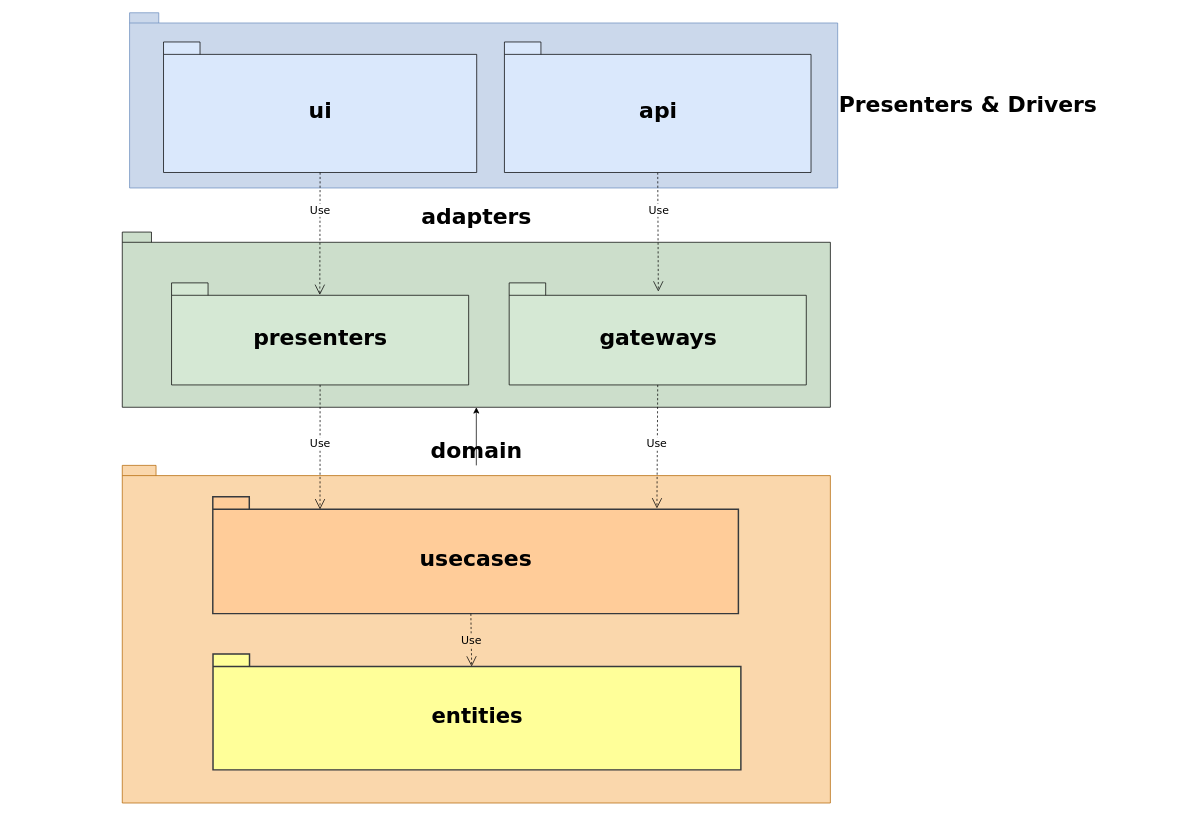
Earlier version of the draw.io diagram deck/ru/diagrams/caLayers.drawio (AlexanderLapygin/ca-react-rest-api-starter). Source tidied: cells renumbered, new cells numbered last; positions are measured from the earlier drawing's top-left corner, leaving out a move shared by most shapes. Both pictures are drawn from the tidied source at 73%, with x=0, y=0 at pixel (122, 12).
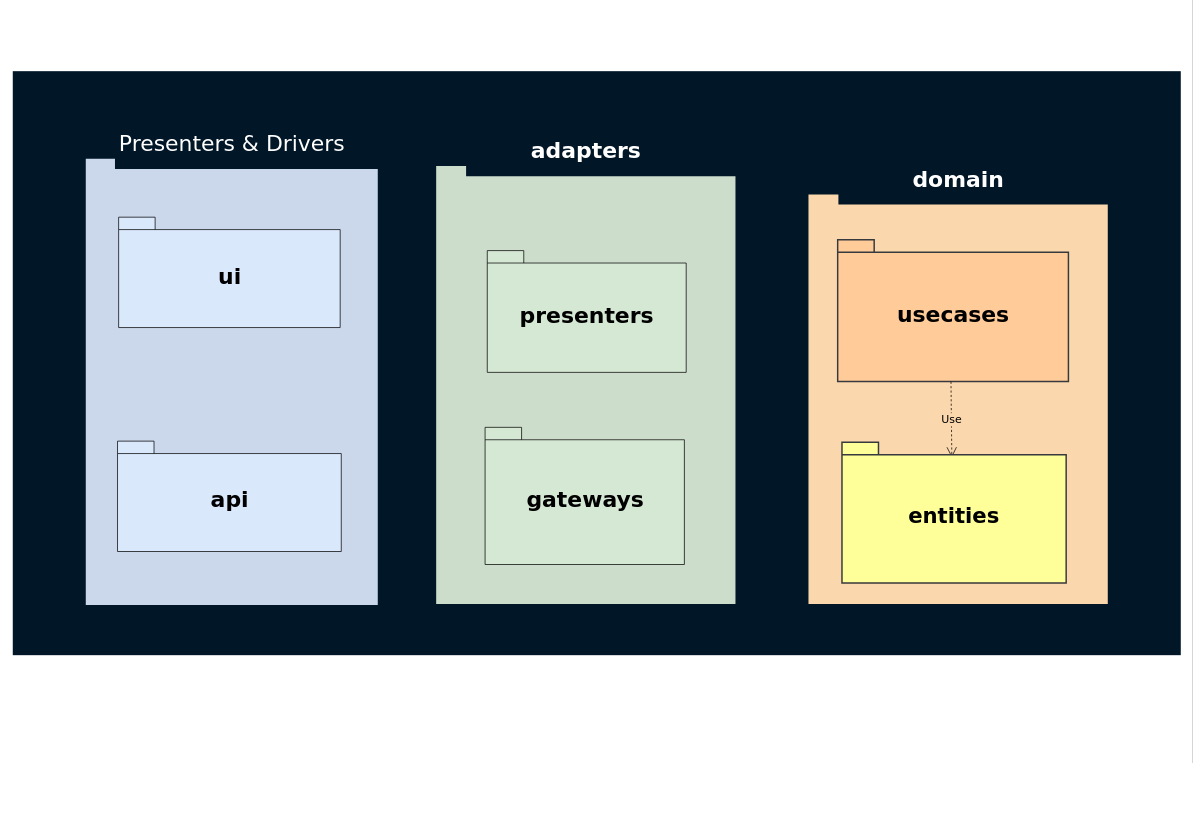
The same diagram, later.

The edit, as a diff of the source:
```diff
@@
 <mxGraphModel background="#ffffff">
   <root>
     <mxCell id="0" />
     <mxCell id="1" parent="0" />
-    <mxCell id="2" value="&lt;font style=&quot;font-size: 30px&quot;&gt;Presenters &amp;amp; Drivers&lt;/font&gt;" style="shape=folder;fontStyle=1;spacingTop=10;tabWidth=40;tabHeight=14;tabPosition=left;html=1;fontSize=15;labelPosition=right;verticalLabelPosition=middle;align=left;verticalAlign=middle;fontFamily=Verdana;fillColor=#CBD8EB;strokeColor=#6c8ebf;" parent="1" vertex="1">
-      <mxGeometry x="10" width="970" height="240" as="geometry" />
-    </mxCell>
-    <mxCell id="3" style="group;strokeColor=none;fillColor=#ffffff;labelPosition=center;verticalLabelPosition=top;align=center;verticalAlign=bottom;" parent="1" vertex="1">
-      <mxGeometry y="620" width="970" height="462.5" as="geometry" />
-    </mxCell>
+    <mxCell id="20" style="rounded=0;whiteSpace=wrap;html=1;fillColor=#011627;fontSize=30;fontColor=#FFFFFF;strokeColor=none;" parent="1" vertex="1">
+      <mxGeometry x="-150" y="80" width="1600" height="800" as="geometry" />
+    </mxCell>
+    <mxCell id="21" style="group;strokeColor=none;fillColor=none;labelPosition=center;verticalLabelPosition=top;align=center;verticalAlign=bottom;fontColor=#FFFFFF;" parent="1" vertex="1">
+      <mxGeometry x="850" y="248.8" width="500" height="561.2" as="geometry" />
+    </mxCell>
-    <mxCell id="4" value="&lt;font style=&quot;font-size: 30px&quot;&gt;domain&lt;br&gt;&lt;/font&gt;" style="shape=folder;fontStyle=1;spacingTop=10;tabWidth=40;tabHeight=14;tabPosition=left;html=1;fontSize=15;labelPosition=center;verticalLabelPosition=top;align=center;verticalAlign=bottom;fontFamily=Verdana;fillColor=#fad7ac;strokeColor=#b46504;" parent="3" vertex="1">
-      <mxGeometry width="970" height="462.5" as="geometry" />
+    <mxCell id="4" value="&lt;font style=&quot;font-size: 30px&quot;&gt;domain&lt;br&gt;&lt;/font&gt;" style="shape=folder;fontStyle=1;spacingTop=10;tabWidth=40;tabHeight=14;tabPosition=left;html=1;fontSize=15;labelPosition=center;verticalLabelPosition=top;align=center;verticalAlign=bottom;fontFamily=Verdana;fillColor=#fad7ac;strokeColor=none;fontColor=#FFFFFF;" parent="21" vertex="1">
+      <mxGeometry x="90" width="410" height="561.2" as="geometry" />
     </mxCell>
-    <mxCell id="5" value="&lt;font style=&quot;font-size: 30px&quot;&gt;usecases&lt;/font&gt;" style="shape=folder;fontStyle=1;spacingTop=10;tabWidth=50;tabHeight=17;tabPosition=left;html=1;rounded=0;shadow=0;comic=0;labelBackgroundColor=none;strokeWidth=2;fontFamily=Verdana;fontSize=12;align=center;labelPosition=center;verticalLabelPosition=middle;verticalAlign=middle;fillColor=#ffcc99;strokeColor=#36393d;" parent="3" vertex="1">
-      <mxGeometry x="124" y="43.1" width="720" height="160" as="geometry" />
+    <mxCell id="5" value="&lt;font style=&quot;font-size: 30px&quot;&gt;usecases&lt;/font&gt;" style="shape=folder;fontStyle=1;spacingTop=10;tabWidth=50;tabHeight=17;tabPosition=left;html=1;rounded=0;shadow=0;comic=0;labelBackgroundColor=none;strokeWidth=2;fontFamily=Verdana;fontSize=12;align=center;labelPosition=center;verticalLabelPosition=middle;verticalAlign=middle;fillColor=#ffcc99;strokeColor=#36393d;" parent="21" vertex="1">
+      <mxGeometry x="130" y="62.2" width="316.1" height="194.2" as="geometry" />
     </mxCell>
-    <mxCell id="6" value="Use" style="endArrow=open;endSize=12;dashed=1;html=1;fontFamily=Verdana;fontSize=15;entryX=0.49;entryY=0.108;entryDx=0;entryDy=0;entryPerimeter=0;exitX=0.491;exitY=1.001;exitDx=0;exitDy=0;exitPerimeter=0;labelBackgroundColor=#FAD7AC;" parent="3" edge="1" source="5" target="8">
+    <mxCell id="6" value="Use" style="endArrow=open;endSize=12;dashed=1;html=1;fontFamily=Verdana;fontSize=15;entryX=0.49;entryY=0.108;entryDx=0;entryDy=0;entryPerimeter=0;exitX=0.491;exitY=1.001;exitDx=0;exitDy=0;exitPerimeter=0;labelBackgroundColor=#FAD7AC;" parent="21" edge="1" source="5" target="8">
       <mxGeometry relative="1" as="geometry" />
     </mxCell>
-    <mxCell id="7" style="group;fontSize=13;labelPosition=center;verticalLabelPosition=middle;align=center;verticalAlign=middle;fillColor=none;strokeColor=none;strokeWidth=2;" parent="3" vertex="1">
-      <mxGeometry x="228.4" y="246.7" width="706.4" height="182.1" as="geometry" />
-    </mxCell>
+    <mxCell id="22" style="group;fontSize=13;labelPosition=center;verticalLabelPosition=middle;align=center;verticalAlign=middle;fillColor=none;strokeColor=none;strokeWidth=2;" parent="21" vertex="1">
+      <mxGeometry x="180.1" y="325.4" width="300" height="220.9" as="geometry" />
+    </mxCell>
-    <mxCell id="8" value="&lt;font style=&quot;font-size: 29px&quot;&gt;entities&lt;/font&gt;" style="shape=folder;fontStyle=1;spacingTop=10;tabWidth=50;tabHeight=17;tabPosition=left;html=1;rounded=0;shadow=0;comic=0;labelBackgroundColor=none;strokeWidth=2;fontFamily=Verdana;fontSize=10;align=center;labelPosition=center;verticalLabelPosition=middle;verticalAlign=middle;fillColor=#FFFF99;strokeColor=#36393d;" parent="7" vertex="1">
-      <mxGeometry x="-104.1" y="11.7" width="723.1" height="158.7" as="geometry" />
+    <mxCell id="8" value="&lt;font style=&quot;font-size: 29px&quot;&gt;entities&lt;/font&gt;" style="shape=folder;fontStyle=1;spacingTop=10;tabWidth=50;tabHeight=17;tabPosition=left;html=1;rounded=0;shadow=0;comic=0;labelBackgroundColor=none;strokeWidth=2;fontFamily=Verdana;fontSize=10;align=center;labelPosition=center;verticalLabelPosition=middle;verticalAlign=middle;fillColor=#FFFF99;strokeColor=#36393d;" parent="22" vertex="1">
+      <mxGeometry x="-44.2" y="14.2" width="307.1" height="192.6" as="geometry" />
     </mxCell>
+    <mxCell id="23" style="group;" parent="1" vertex="1">
+      <mxGeometry x="430" y="210" width="780" height="600" as="geometry" />
+    </mxCell>
-    <mxCell id="9" value="&lt;font style=&quot;font-size: 30px&quot;&gt;adapters&lt;/font&gt;" style="shape=folder;fontStyle=1;spacingTop=10;tabWidth=40;tabHeight=14;tabPosition=left;html=1;fontSize=15;labelPosition=center;verticalLabelPosition=top;align=center;verticalAlign=bottom;fontFamily=Verdana;fillColor=#CCDECB;strokeColor=#000000;" parent="1" vertex="1">
-      <mxGeometry y="300.4" width="970" height="240" as="geometry" />
+    <mxCell id="9" value="&lt;font style=&quot;font-size: 30px&quot;&gt;adapters&lt;/font&gt;" style="shape=folder;fontStyle=1;spacingTop=10;tabWidth=40;tabHeight=14;tabPosition=left;html=1;fontSize=15;labelPosition=center;verticalLabelPosition=top;align=center;verticalAlign=bottom;fontFamily=Verdana;fillColor=#CCDECB;strokeColor=none;fontColor=#FFFFFF;" parent="23" vertex="1">
+      <mxGeometry width="410" height="600" as="geometry" />
     </mxCell>
-    <mxCell id="10" value="&lt;font style=&quot;font-size: 30px&quot;&gt;presenters&lt;/font&gt;" style="shape=folder;fontStyle=1;spacingTop=10;tabWidth=50;tabHeight=17;tabPosition=left;html=1;rounded=0;shadow=0;comic=0;labelBackgroundColor=none;strokeWidth=1;fontFamily=Verdana;fontSize=10;align=center;labelPosition=center;verticalLabelPosition=middle;verticalAlign=middle;fillColor=#d5e8d4;strokeColor=#000000;" parent="1" vertex="1">
-      <mxGeometry x="67.5" y="370" width="407" height="139.8" as="geometry" />
+    <mxCell id="10" value="&lt;font style=&quot;font-size: 30px&quot;&gt;presenters&lt;/font&gt;" style="shape=folder;fontStyle=1;spacingTop=10;tabWidth=50;tabHeight=17;tabPosition=left;html=1;rounded=0;shadow=0;comic=0;labelBackgroundColor=none;strokeWidth=1;fontFamily=Verdana;fontSize=10;align=center;labelPosition=center;verticalLabelPosition=middle;verticalAlign=middle;fillColor=#d5e8d4;strokeColor=#000000;" parent="23" vertex="1">
+      <mxGeometry x="70" y="115.8" width="272.5" height="166.8" as="geometry" />
     </mxCell>
-    <mxCell id="11" style="group;fillColor=none;strokeColor=none;" parent="1" vertex="1">
-      <mxGeometry x="530" y="370" width="407" height="139.8" as="geometry" />
-    </mxCell>
+    <mxCell id="24" style="group;fillColor=none;strokeColor=none;" parent="23" vertex="1">
+      <mxGeometry x="67" y="357.9" width="273" height="187.9" as="geometry" />
+    </mxCell>
-    <mxCell id="12" value="&lt;font style=&quot;font-size: 30px&quot;&gt;gateways&lt;/font&gt;" style="shape=folder;fontStyle=1;spacingTop=10;tabWidth=50;tabHeight=17;tabPosition=left;html=1;rounded=0;shadow=0;comic=0;labelBackgroundColor=none;strokeWidth=1;fontFamily=Verdana;fontSize=10;align=center;labelPosition=center;verticalLabelPosition=middle;verticalAlign=middle;fillColor=#d5e8d4;strokeColor=#000000;" parent="11" vertex="1">
-      <mxGeometry width="407" height="139.8" as="geometry" />
+    <mxCell id="12" value="&lt;font style=&quot;font-size: 30px&quot;&gt;gateways&lt;/font&gt;" style="shape=folder;fontStyle=1;spacingTop=10;tabWidth=50;tabHeight=17;tabPosition=left;html=1;rounded=0;shadow=0;comic=0;labelBackgroundColor=none;strokeWidth=1;fontFamily=Verdana;fontSize=10;align=center;labelPosition=center;verticalLabelPosition=middle;verticalAlign=middle;fillColor=#d5e8d4;strokeColor=#000000;" parent="24" vertex="1">
+      <mxGeometry width="273" height="187.9" as="geometry" />
     </mxCell>
+    <mxCell id="25" style="group;" parent="1" vertex="1">
+      <mxGeometry x="-50" y="200" width="400" height="611.2" as="geometry" />
+    </mxCell>
+    <mxCell id="2" value="&lt;font style=&quot;font-size: 30px&quot;&gt;Presenters &amp;amp; Drivers&lt;/font&gt;" style="shape=folder;fontStyle=0;spacingTop=10;tabWidth=40;tabHeight=14;tabPosition=left;html=1;fontSize=15;labelPosition=center;verticalLabelPosition=top;align=center;verticalAlign=bottom;fontFamily=Verdana;fillColor=#CBD8EB;strokeColor=none;fontColor=#FFFFFF;" parent="25" vertex="1">
+      <mxGeometry width="400" height="611.2" as="geometry" />
+    </mxCell>
-    <mxCell id="13" value="&lt;font style=&quot;font-size: 30px&quot;&gt;ui&lt;/font&gt;" style="shape=folder;fontStyle=1;spacingTop=10;tabWidth=50;tabHeight=17;tabPosition=left;html=1;rounded=0;shadow=0;comic=0;labelBackgroundColor=none;strokeWidth=1;fontFamily=Verdana;fontSize=18;align=center;labelPosition=center;verticalLabelPosition=middle;verticalAlign=middle;fillColor=#dae8fc;strokeColor=#000000;" parent="1" vertex="1">
-      <mxGeometry x="56.5" y="40" width="429" height="178.8" as="geometry" />
+    <mxCell id="13" value="&lt;font style=&quot;font-size: 30px&quot;&gt;ui&lt;/font&gt;" style="shape=folder;fontStyle=1;spacingTop=10;tabWidth=50;tabHeight=17;tabPosition=left;html=1;rounded=0;shadow=0;comic=0;labelBackgroundColor=none;strokeWidth=1;fontFamily=Verdana;fontSize=18;align=center;labelPosition=center;verticalLabelPosition=middle;verticalAlign=middle;fillColor=#dae8fc;strokeColor=#000000;" parent="25" vertex="1">
+      <mxGeometry x="45" y="80" width="303.5" height="151.2" as="geometry" />
     </mxCell>
-    <mxCell id="14" value="Use" style="endArrow=open;endSize=12;dashed=1;html=1;fontFamily=Verdana;fontSize=15;exitX=0.5;exitY=1;exitDx=0;exitDy=0;exitPerimeter=0;entryX=0.499;entryY=0.118;entryDx=0;entryDy=0;entryPerimeter=0;" parent="1" edge="1" source="13" target="10">
-      <mxGeometry x="-0.39" relative="1" as="geometry" />
-    </mxCell>
-    <mxCell id="15" value="Use" style="endArrow=open;endSize=12;dashed=1;html=1;fontFamily=Verdana;fontSize=15;exitX=0.5;exitY=1;exitDx=0;exitDy=0;exitPerimeter=0;entryX=0.845;entryY=0.099;entryDx=0;entryDy=0;entryPerimeter=0;" parent="1" edge="1" source="12" target="5">
-      <mxGeometry x="-0.05" y="-1" relative="1" as="geometry" />
-    </mxCell>
-    <mxCell id="16" value="Use" style="endArrow=open;endSize=12;dashed=1;html=1;fontFamily=Verdana;fontSize=15;exitX=0.5;exitY=1;exitDx=0;exitDy=0;exitPerimeter=0;entryX=0.502;entryY=0.085;entryDx=0;entryDy=0;entryPerimeter=0;" parent="1" edge="1" source="17" target="12">
-      <mxGeometry x="-0.37" y="1" relative="1" as="geometry" />
-    </mxCell>
-    <mxCell id="17" value="&lt;font style=&quot;font-size: 30px&quot;&gt;api&lt;/font&gt;" style="shape=folder;fontStyle=1;spacingTop=10;tabWidth=50;tabHeight=17;tabPosition=left;html=1;rounded=0;shadow=0;comic=0;labelBackgroundColor=none;strokeWidth=1;fontFamily=Verdana;fontSize=18;align=center;labelPosition=center;verticalLabelPosition=middle;verticalAlign=middle;fillColor=#dae8fc;strokeColor=#000000;" parent="1" vertex="1">
-      <mxGeometry x="523.5" y="40" width="420" height="178.8" as="geometry" />
+    <mxCell id="17" value="&lt;font style=&quot;font-size: 30px&quot;&gt;api&lt;/font&gt;" style="shape=folder;fontStyle=1;spacingTop=10;tabWidth=50;tabHeight=17;tabPosition=left;html=1;rounded=0;shadow=0;comic=0;labelBackgroundColor=none;strokeWidth=1;fontFamily=Verdana;fontSize=18;align=center;labelPosition=center;verticalLabelPosition=middle;verticalAlign=middle;fillColor=#dae8fc;strokeColor=#000000;" parent="25" vertex="1">
+      <mxGeometry x="43.5" y="386.8" width="306.5" height="151.2" as="geometry" />
     </mxCell>
-    <mxCell id="18" value="Use" style="endArrow=open;endSize=12;dashed=1;html=1;fontFamily=Verdana;fontSize=15;exitX=0.5;exitY=1;exitDx=0;exitDy=0;exitPerimeter=0;entryX=0.204;entryY=0.107;entryDx=0;entryDy=0;entryPerimeter=0;" parent="1" edge="1" source="10" target="5">
-      <mxGeometry x="-0.06" relative="1" as="geometry" />
-    </mxCell>
-    <mxCell id="19" style="edgeStyle=orthogonalEdgeStyle;rounded=0;jettySize=auto;html=1;" parent="1" edge="1" source="4" target="9">
-      <mxGeometry relative="1" as="geometry" />
-    </mxCell>
   </root>
 </mxGraphModel>
```
